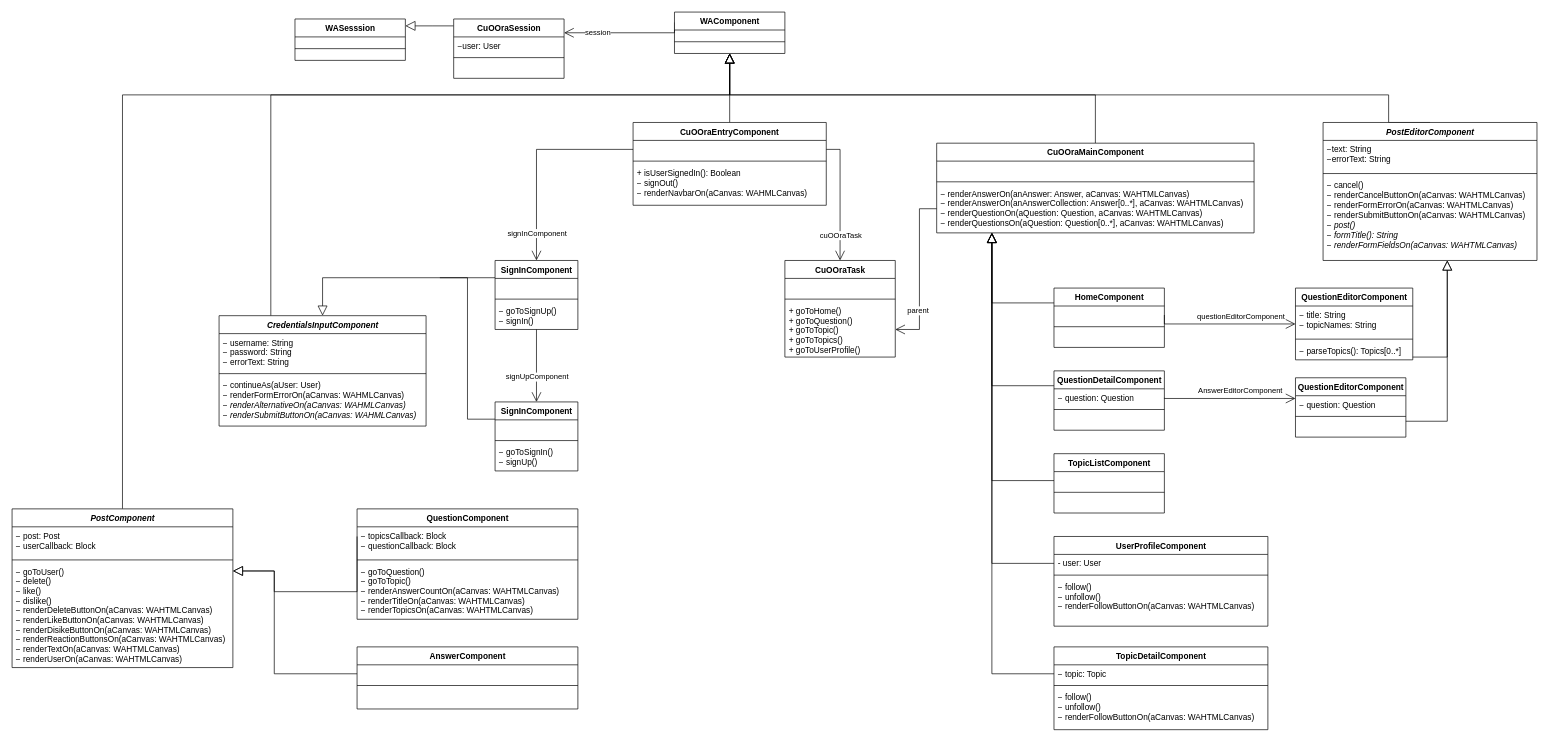
This is webui-uml.drawio from sufficientname/oo2-cuoora, a draw.io file, before an edit. Source tidied: cells renumbered, new cells numbered last; positions are measured from the earlier drawing's top-left corner, leaving out a move shared by most shapes. Both pictures are drawn from the tidied source at 69%, with x=0, y=0 at pixel (12, 12).
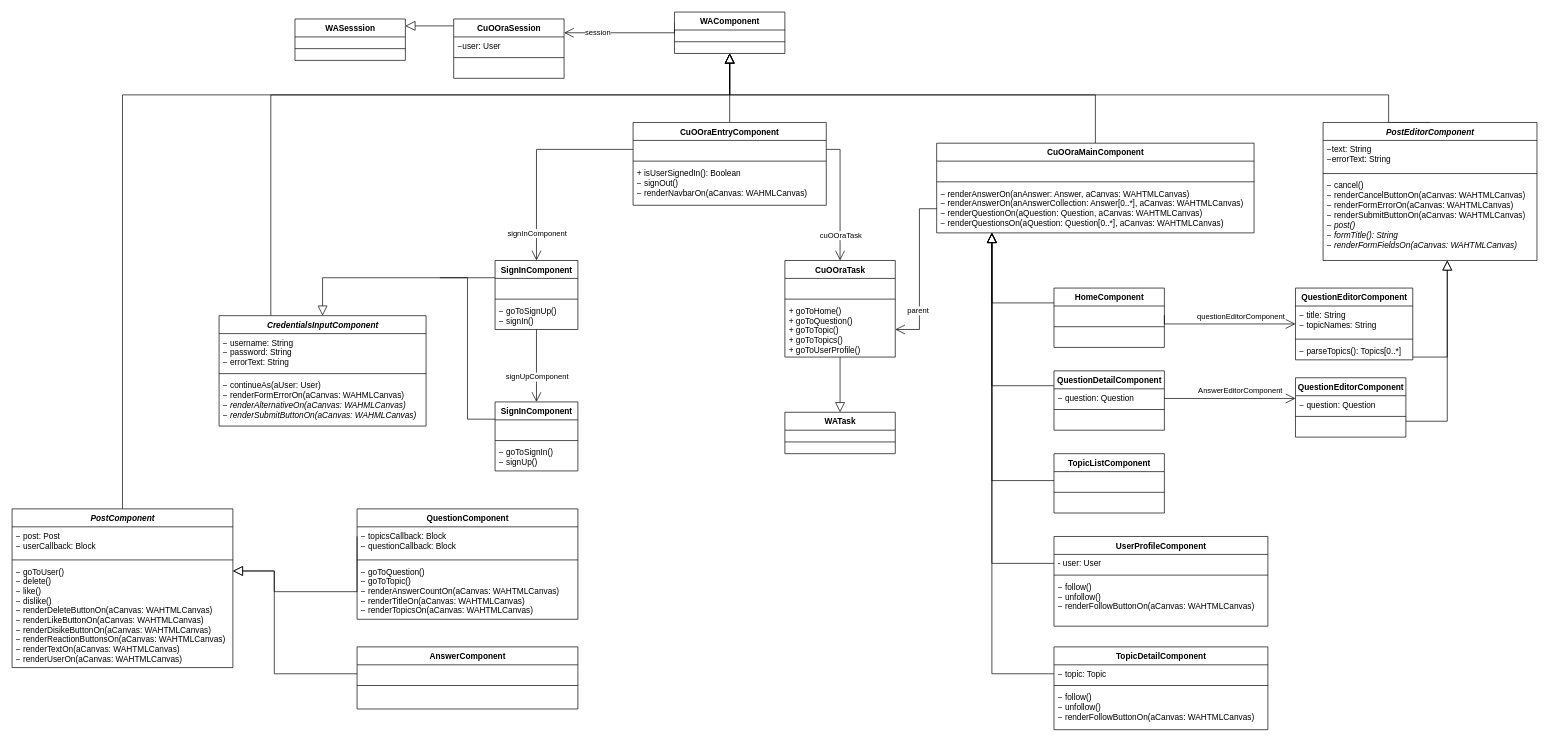
Above is the later version.

Commit message (it also covers changes not shown here):
agrego superclase faltante

The change refers to these unchanged cells:
```xml
<mxCell id="26" value="CuOOraTask" style="swimlane;fontStyle=1;align=center;verticalAlign=top;horizontal=1;startSize=26;html=1;" parent="1" vertex="1">
  <mxGeometry x="1120" y="360" width="160" height="140" as="geometry" />
</mxCell>
```

Change to the diagram source:
```diff
@@
+    <mxCell id="109" value="WATask" style="swimlane;fontStyle=1;align=center;verticalAlign=top;horizontal=1;startSize=26;html=1;" parent="1" vertex="1">
+      <mxGeometry x="1120" y="580" width="160" height="60" as="geometry" />
+    </mxCell>
+    <mxCell id="110" style="line;strokeWidth=1;fillColor=none;align=left;verticalAlign=middle;spacingTop=-1;spacingLeft=3;spacingRight=3;labelPosition=right;" parent="109" vertex="1">
+      <mxGeometry y="26" width="160" height="34" as="geometry" />
+    </mxCell>
+    <mxCell id="111" style="edgeStyle=orthogonalEdgeStyle;rounded=0;jettySize=auto;html=1;endArrow=block;endFill=0;endSize=12;" parent="1" edge="1" source="26" target="109">
+      <mxGeometry relative="1" as="geometry" />
+    </mxCell>
```
